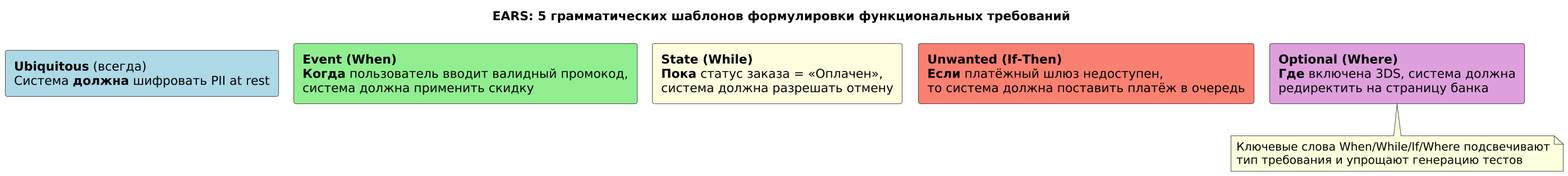
Before: images_examples/ex01_ears_pattern.png, a diagram exported from PlantUML (maedodo11/fullstack-system-analyst). Its source is kept beside it as puml_examples/ex01_ears_pattern.puml.
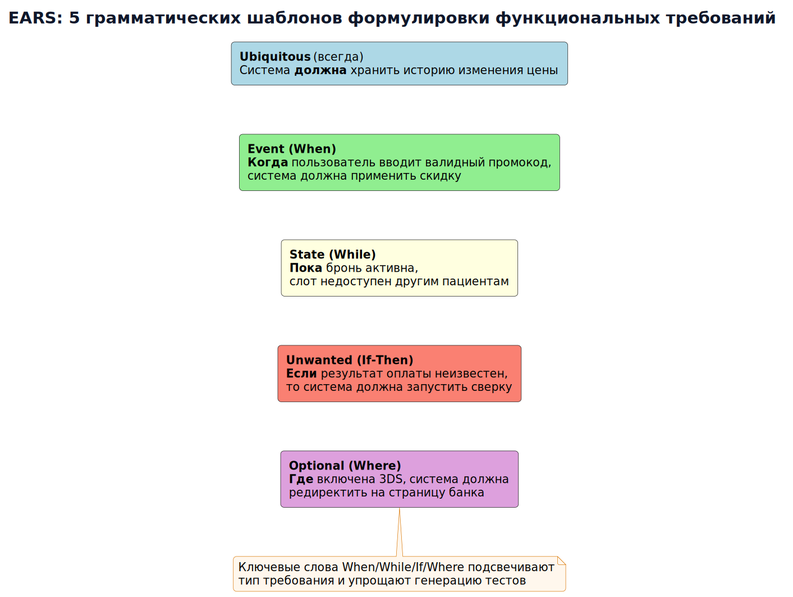
After the change.

Change to the diagram source:
```diff
@@ -1,15 +1,24 @@
 @startuml ex01_ears_pattern
-!pragma layout smetana
+skinparam defaultFontName "DejaVu Sans"
+skinparam defaultFontSize 14
+skinparam backgroundColor #FFFFFF
+skinparam shadowing false
+skinparam roundcorner 8
+skinparam ArrowColor #334155
+skinparam titleFontColor #0F172A
+skinparam titleFontSize 20
+skinparam noteBackgroundColor #FFF7ED
+skinparam noteBorderColor #D97706
+skinparam dpi 140
 title EARS: 5 грамматических шаблонов формулировки функциональных требований
-skinparam defaultFontName "DejaVu Sans"
-rectangle "**Ubiquitous** (всегда)\nСистема **должна** шифровать PII at rest" as U #LightBlue
+rectangle "**Ubiquitous** (всегда)\nСистема **должна** хранить историю изменения цены" as U #LightBlue
 rectangle "**Event (When)**\n**Когда** пользователь вводит валидный промокод,\nсистема должна применить скидку" as W #LightGreen
-rectangle "**State (While)**\n**Пока** статус заказа = «Оплачен»,\nсистема должна разрешать отмену" as S #LightYellow
-rectangle "**Unwanted (If-Then)**\n**Если** платёжный шлюз недоступен,\nто система должна поставить платёж в очередь" as I #Salmon
+rectangle "**State (While)**\n**Пока** бронь активна,\nслот недоступен другим пациентам" as S #LightYellow
+rectangle "**Unwanted (If-Then)**\n**Если** результат оплаты неизвестен,\nто система должна запустить сверку" as I #Salmon
 rectangle "**Optional (Where)**\n**Где** включена 3DS, система должна\nредиректить на страницу банка" as O #Plum
-U -[hidden]right- W
-W -[hidden]right- S
-S -[hidden]right- I
-I -[hidden]right- O
+U -[hidden]down- W
+W -[hidden]down- S
+S -[hidden]down- I
+I -[hidden]down- O
 note bottom: Ключевые слова When/While/If/Where подсвечивают\nтип требования и упрощают генерацию тестов
 @enduml
```
